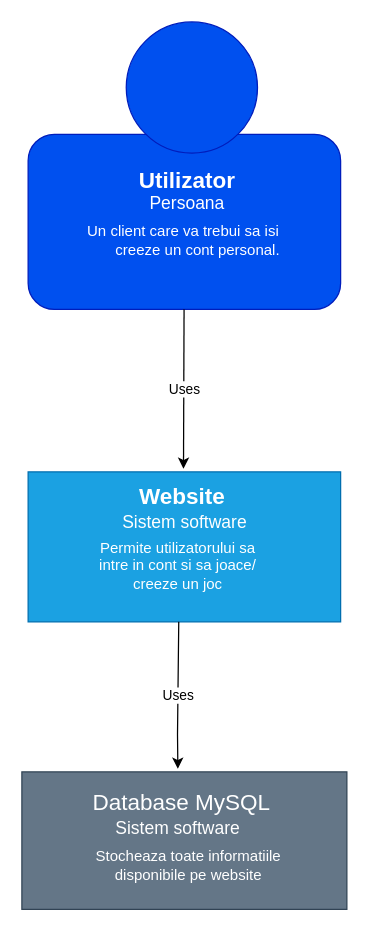
iIonel/FrOW-Fruits-On-The-Web- keeps this draw.io diagram as extern/architecture/C4-1.drawio. Above is the earlier version. Source tidied: cells renumbered, new cells numbered last; positions are measured from the earlier drawing's top-left corner, leaving out a move shared by most shapes. Both pictures are drawn from the tidied source at 125%, with x=0, y=0 at pixel (21, 21).
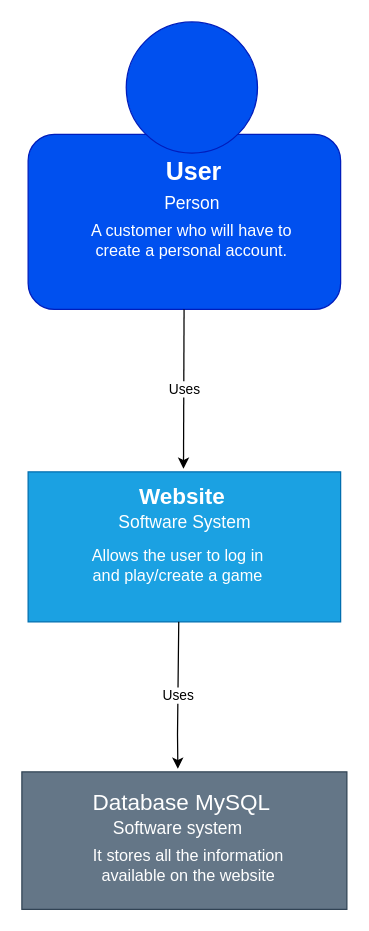
After the change.

What changed in the source:
```diff
@@
-    <mxCell id="4" value="&lt;h1&gt;&lt;font color=&quot;#ffffff&quot;&gt;&lt;font style=&quot;font-size: 18px;&quot;&gt;&lt;span style=&quot;white-space: pre;&quot;&gt;&#9;&amp;nbsp;&lt;/span&gt;&amp;nbsp;Utilizator&lt;/font&gt;&lt;/font&gt;&lt;/h1&gt;&lt;div&gt;&lt;br&gt;&lt;/div&gt;" style="text;html=1;strokeColor=none;fillColor=none;spacing=5;spacingTop=-20;whiteSpace=wrap;overflow=hidden;rounded=0;" parent="1" vertex="1">
-      <mxGeometry x="39" y="105" width="190" height="120" as="geometry" />
+    <mxCell id="4" value="&lt;h1 style=&quot;font-size: 20px;&quot;&gt;&lt;font style=&quot;font-size: 20px;&quot; color=&quot;#ffffff&quot;&gt;&lt;font style=&quot;font-size: 20px;&quot;&gt;&lt;span style=&quot;white-space: pre;&quot;&gt;&#9;&amp;nbsp;&lt;/span&gt;&amp;nbsp;User&lt;/font&gt;&lt;/font&gt;&lt;/h1&gt;&lt;div style=&quot;font-size: 20px;&quot;&gt;&lt;br&gt;&lt;/div&gt;" style="text;html=1;strokeColor=none;fillColor=none;spacing=5;spacingTop=-20;whiteSpace=wrap;overflow=hidden;rounded=0;" parent="1" vertex="1">
+      <mxGeometry x="55" y="105" width="190" height="120" as="geometry" />
     </mxCell>
@@
-    <mxCell id="9" value="&lt;font color=&quot;#ffffff&quot; style=&quot;font-size: 14px;&quot;&gt;Sistem software&lt;/font&gt;" style="text;html=1;strokeColor=none;fillColor=none;align=center;verticalAlign=middle;whiteSpace=wrap;rounded=0;" parent="1" vertex="1">
+    <mxCell id="9" value="&lt;font color=&quot;#ffffff&quot; style=&quot;font-size: 14px;&quot;&gt;Software System&lt;/font&gt;" style="text;html=1;strokeColor=none;fillColor=none;align=center;verticalAlign=middle;whiteSpace=wrap;rounded=0;" parent="1" vertex="1">
       <mxGeometry x="71.5" y="385" width="117" height="30" as="geometry" />
     </mxCell>
-    <mxCell id="10" value="&lt;font color=&quot;#ffffff&quot;&gt;Permite utilizatorului sa intre in cont si sa joace/ creeze un joc&lt;/font&gt;" style="text;html=1;strokeColor=none;fillColor=none;align=center;verticalAlign=middle;whiteSpace=wrap;rounded=0;" parent="1" vertex="1">
+    <mxCell id="10" value="&lt;font style=&quot;font-size: 13px;&quot; color=&quot;#ffffff&quot;&gt;Allows the user to log in and play/create a game&lt;/font&gt;" style="text;html=1;strokeColor=none;fillColor=none;align=center;verticalAlign=middle;whiteSpace=wrap;rounded=0;" parent="1" vertex="1">
       <mxGeometry x="55" y="415" width="140" height="40" as="geometry" />
     </mxCell>
-    <mxCell id="11" value="&lt;font color=&quot;#ffffff&quot; style=&quot;font-size: 14px;&quot;&gt;Persoana&lt;/font&gt;" style="text;html=1;strokeColor=none;fillColor=none;align=center;verticalAlign=middle;whiteSpace=wrap;rounded=0;" parent="1" vertex="1">
-      <mxGeometry x="100" y="130" width="65" height="30" as="geometry" />
+    <mxCell id="11" value="&lt;font color=&quot;#ffffff&quot; style=&quot;font-size: 14px;&quot;&gt;Person&lt;/font&gt;" style="text;html=1;strokeColor=none;fillColor=none;align=center;verticalAlign=middle;whiteSpace=wrap;rounded=0;" parent="1" vertex="1">
+      <mxGeometry x="103.5" y="130" width="65" height="30" as="geometry" />
     </mxCell>
@@
-    <mxCell id="16" value="&lt;font color=&quot;#ffffff&quot; style=&quot;font-size: 14px;&quot;&gt;Sistem software&lt;/font&gt;" style="text;html=1;strokeColor=none;fillColor=none;align=center;verticalAlign=middle;whiteSpace=wrap;rounded=0;" parent="1" vertex="1">
+    <mxCell id="16" value="&lt;font color=&quot;#ffffff&quot; style=&quot;font-size: 14px;&quot;&gt;Software system&lt;/font&gt;" style="text;html=1;strokeColor=none;fillColor=none;align=center;verticalAlign=middle;whiteSpace=wrap;rounded=0;" parent="1" vertex="1">
       <mxGeometry x="71.5" y="630" width="106" height="30" as="geometry" />
     </mxCell>
-    <mxCell id="17" value="&lt;font color=&quot;#ffffff&quot;&gt;&amp;nbsp;Un client care va trebui sa isi&amp;nbsp; &amp;nbsp; &amp;nbsp; &amp;nbsp; &amp;nbsp;creeze un cont personal.&lt;/font&gt;" style="text;html=1;strokeColor=none;fillColor=none;align=center;verticalAlign=middle;whiteSpace=wrap;rounded=0;" parent="1" vertex="1">
+    <mxCell id="17" value="&lt;font style=&quot;font-size: 13px;&quot; color=&quot;#ffffff&quot;&gt;A customer who will have to create a personal account.&lt;/font&gt;" style="text;html=1;strokeColor=none;fillColor=none;align=center;verticalAlign=middle;whiteSpace=wrap;rounded=0;" parent="1" vertex="1">
       <mxGeometry x="46" y="160" width="180" height="30" as="geometry" />
     </mxCell>
-    <mxCell id="18" value="&lt;font color=&quot;#ffffff&quot;&gt;Stocheaza toate informatiile disponibile pe website&lt;/font&gt;" style="text;html=1;strokeColor=none;fillColor=none;align=center;verticalAlign=middle;whiteSpace=wrap;rounded=0;" parent="1" vertex="1">
+    <mxCell id="18" value="&lt;font style=&quot;font-size: 13px;&quot; color=&quot;#ffffff&quot;&gt;It stores all the information available on the website&lt;/font&gt;" style="text;html=1;strokeColor=none;fillColor=none;align=center;verticalAlign=middle;whiteSpace=wrap;rounded=0;" parent="1" vertex="1">
       <mxGeometry x="51.4" y="660" width="165.2" height="30" as="geometry" />
     </mxCell>
```
